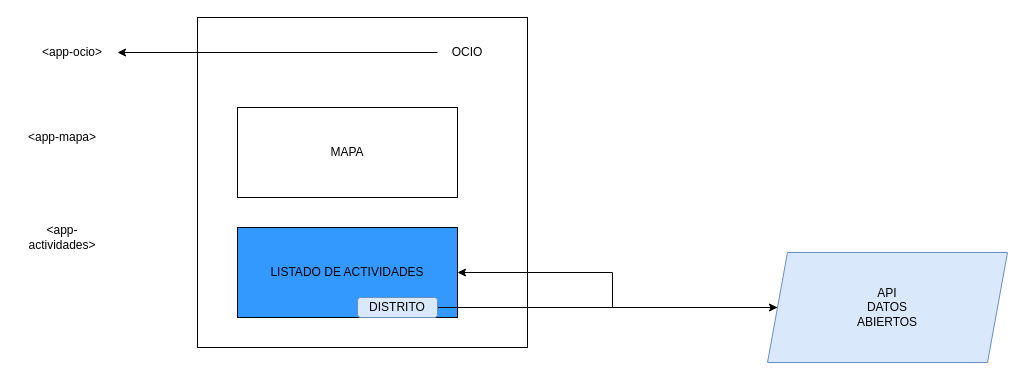
Earlier version of the draw.io diagram docu/actividad ocio-mapa.drawio (Valexx55/viewnextangular). Source tidied: cells renumbered, new cells numbered last; positions are measured from the earlier drawing's top-left corner, leaving out a move shared by most shapes. Both pictures are drawn from the tidied source at 100%, with x=0, y=0 at pixel (17, 17).
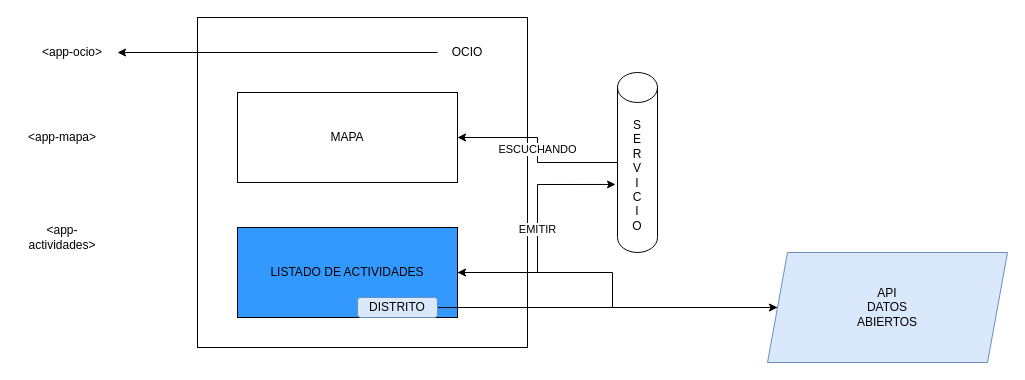
Above is the later version.

Commit message (it also covers changes not shown here):
ocio mapa actividades fin todo

The edit, as a diff of the source:
```diff
@@
 <mxGraphModel>
   <root>
     <mxCell id="0" />
     <mxCell id="1" parent="0" />
     <mxCell id="2" style="whiteSpace=wrap;html=1;" parent="1" vertex="1">
       <mxGeometry x="180" width="330" height="330" as="geometry" />
     </mxCell>
     <mxCell id="3" style="edgeStyle=orthogonalEdgeStyle;rounded=0;jettySize=auto;html=1;" parent="1" edge="1" source="4" target="11">
       <mxGeometry relative="1" as="geometry" />
     </mxCell>
     <mxCell id="4" value="OCIO" style="text;html=1;strokeColor=none;fillColor=none;align=center;verticalAlign=middle;whiteSpace=wrap;rounded=0;" parent="1" vertex="1">
       <mxGeometry x="420" y="20" width="60" height="30" as="geometry" />
     </mxCell>
     <mxCell id="5" value="MAPA" style="rounded=0;whiteSpace=wrap;html=1;" parent="1" vertex="1">
-      <mxGeometry x="220" y="90" width="220" height="90" as="geometry" />
+      <mxGeometry x="220" y="75" width="220" height="90" as="geometry" />
     </mxCell>
+    <mxCell id="14" value="EMITIR" style="edgeStyle=orthogonalEdgeStyle;rounded=0;jettySize=auto;html=1;entryX=-0.05;entryY=0.622;entryDx=0;entryDy=0;entryPerimeter=0;" parent="1" edge="1" source="6" target="16">
+      <mxGeometry relative="1" as="geometry" />
+    </mxCell>
     <mxCell id="6" value="LISTADO DE ACTIVIDADES" style="rounded=0;whiteSpace=wrap;html=1;fillColor=#3399FF;" parent="1" vertex="1">
       <mxGeometry x="220" y="210" width="220" height="90" as="geometry" />
     </mxCell>
     <mxCell id="7" style="edgeStyle=orthogonalEdgeStyle;rounded=0;jettySize=auto;html=1;entryX=1;entryY=0.5;entryDx=0;entryDy=0;" parent="1" edge="1" source="8" target="6">
       <mxGeometry relative="1" as="geometry" />
     </mxCell>
     <mxCell id="8" value="API&lt;br&gt;DATOS&lt;br&gt;ABIERTOS" style="shape=parallelogram;perimeter=parallelogramPerimeter;whiteSpace=wrap;html=1;fixedSize=1;fillColor=#dae8fc;strokeColor=#6c8ebf;" parent="1" vertex="1">
       <mxGeometry x="750" y="235" width="240" height="110" as="geometry" />
     </mxCell>
     <mxCell id="9" style="edgeStyle=orthogonalEdgeStyle;rounded=0;jettySize=auto;html=1;" parent="1" edge="1" source="10" target="8">
       <mxGeometry relative="1" as="geometry" />
     </mxCell>
     <mxCell id="10" value="DISTRITO" style="rounded=1;whiteSpace=wrap;html=1;fillColor=#dae8fc;strokeColor=#6c8ebf;" parent="1" vertex="1">
       <mxGeometry x="340" y="280" width="80" height="20" as="geometry" />
     </mxCell>
     <mxCell id="11" value="&amp;lt;app-ocio&amp;gt;" style="text;html=1;strokeColor=none;fillColor=none;align=center;verticalAlign=middle;whiteSpace=wrap;rounded=0;" parent="1" vertex="1">
       <mxGeometry x="10" y="25" width="90" height="20" as="geometry" />
     </mxCell>
     <mxCell id="12" value="&amp;lt;app-mapa&amp;gt;" style="text;html=1;strokeColor=none;fillColor=none;align=center;verticalAlign=middle;whiteSpace=wrap;rounded=0;" parent="1" vertex="1">
       <mxGeometry y="110" width="90" height="20" as="geometry" />
     </mxCell>
     <mxCell id="13" value="&amp;lt;app-actividades&amp;gt;" style="text;html=1;strokeColor=none;fillColor=none;align=center;verticalAlign=middle;whiteSpace=wrap;rounded=0;" parent="1" vertex="1">
       <mxGeometry y="210" width="90" height="20" as="geometry" />
     </mxCell>
+    <mxCell id="15" value="ESCUCHANDO" style="edgeStyle=orthogonalEdgeStyle;rounded=0;jettySize=auto;html=1;" parent="1" edge="1" source="16" target="5">
+      <mxGeometry relative="1" as="geometry" />
+    </mxCell>
+    <mxCell id="16" value="S&lt;br&gt;E&lt;br&gt;R&lt;br&gt;V&lt;br&gt;I&lt;br&gt;C&lt;br&gt;I&lt;br&gt;O" style="shape=cylinder3;whiteSpace=wrap;html=1;boundedLbl=1;backgroundOutline=1;size=15;" parent="1" vertex="1">
+      <mxGeometry x="600" y="55" width="40" height="180" as="geometry" />
+    </mxCell>
   </root>
 </mxGraphModel>
```
